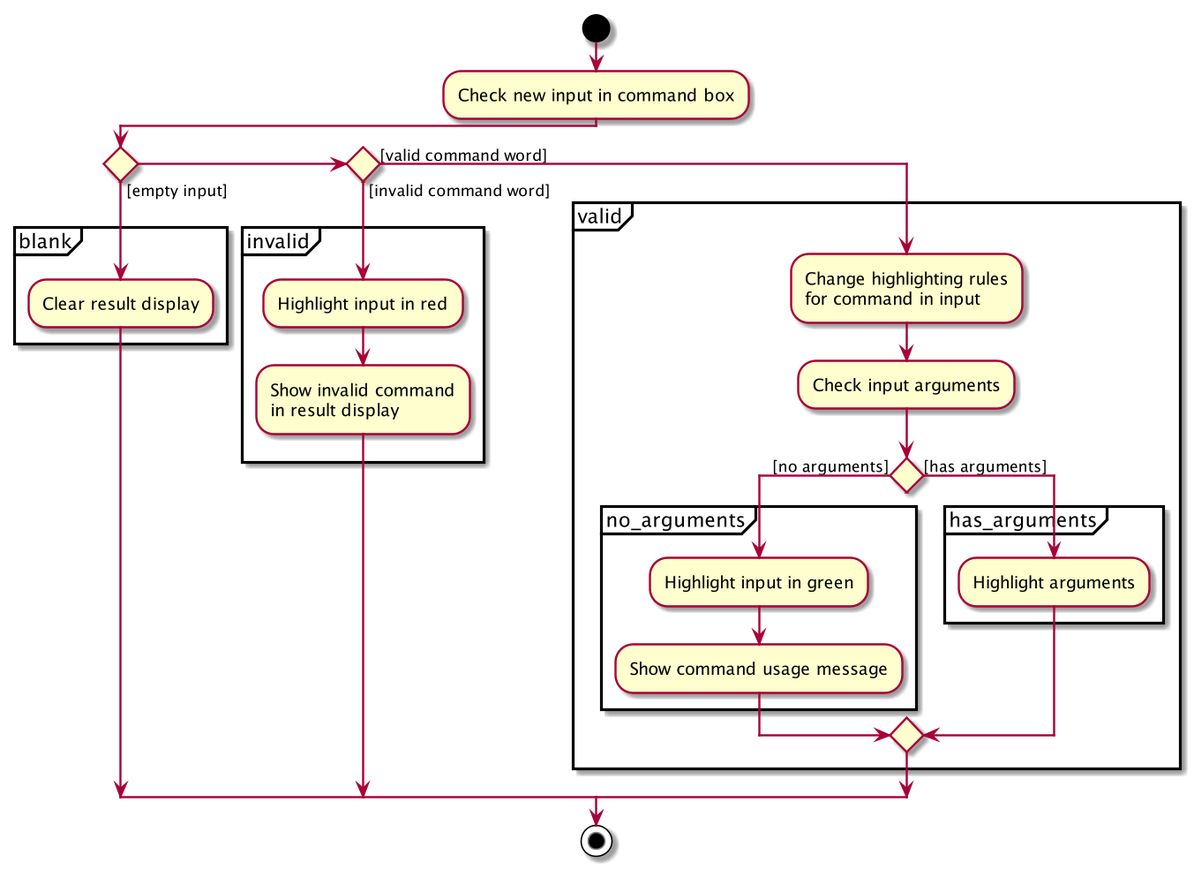
The PlantUML diagram docs/images/SyntaxHighlightingActivityDiagram1.png in nus-cs2103-AY1920S2/addressbook-level3, before a commit.
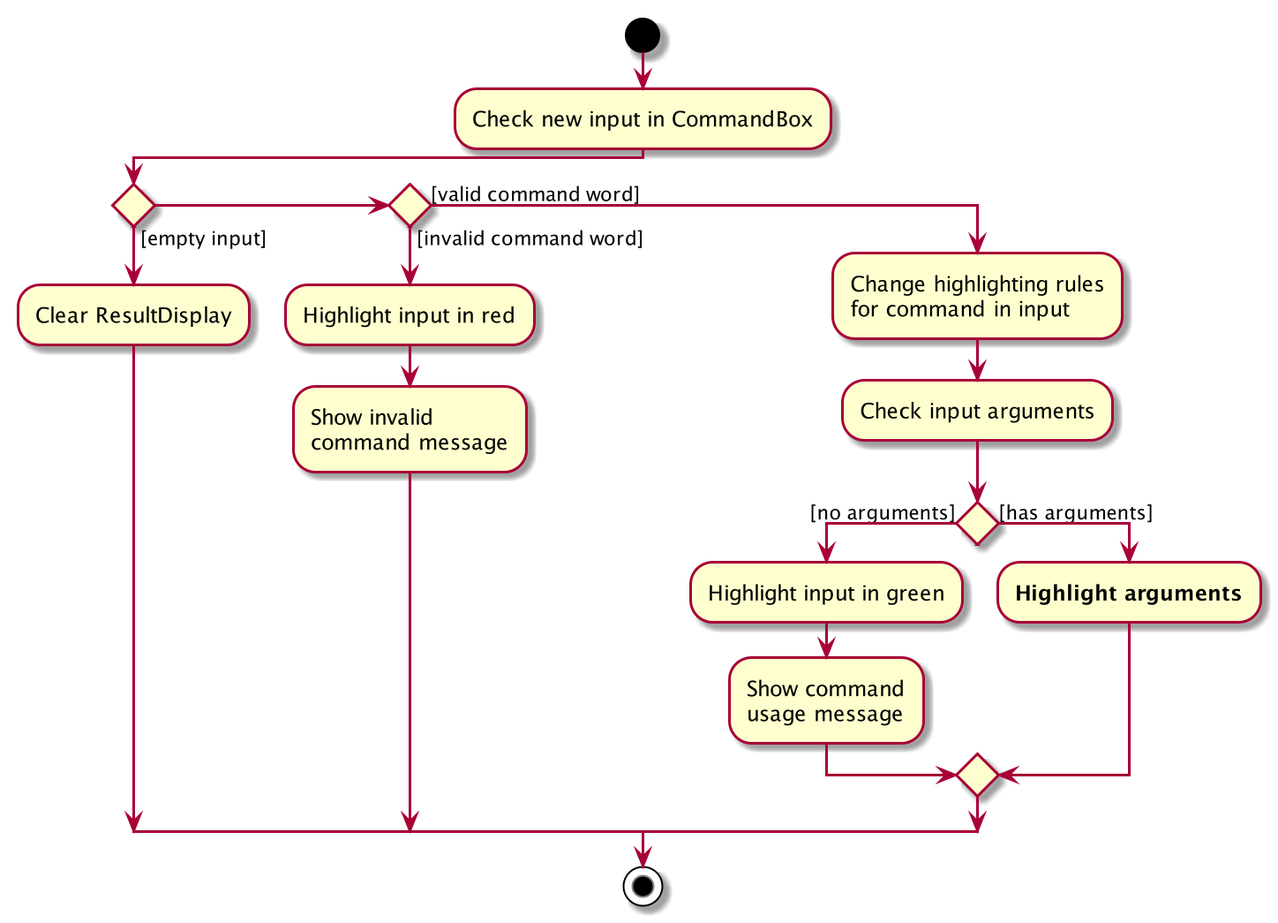
Above is the later version.

Commit message:
Update syntax highlighting section in DG

Diff of the diagram source:
```diff
@@ -1,35 +1,28 @@
 @startuml
 start
-:Check new input in command box;
+:Check new input in CommandBox;
 
 if () then ([empty input])
-partition blank {
-    :Clear result display;
-}
+    :Clear ResultDisplay;
+
 else if () then ([invalid command word])
-partition invalid {
     :Highlight input in red;
-    :Show invalid command
-    in result display;
-}
+    :Show invalid
+    command message;
+
 else ([valid command word])
-partition valid {
     :Change highlighting rules
     for command in input;
 
     :Check input arguments;
 
     if () then ([no arguments])
-    partition no_arguments {
         :Highlight input in green;
-        :Show command usage message;
-    }
+        :Show command
+        usage message;
     else ([has arguments])
-    partition has_arguments {
-        :Highlight arguments;
-    }
+        :<b>Highlight arguments</b>;
     endif
-}
 endif
 stop
 @enduml
```
